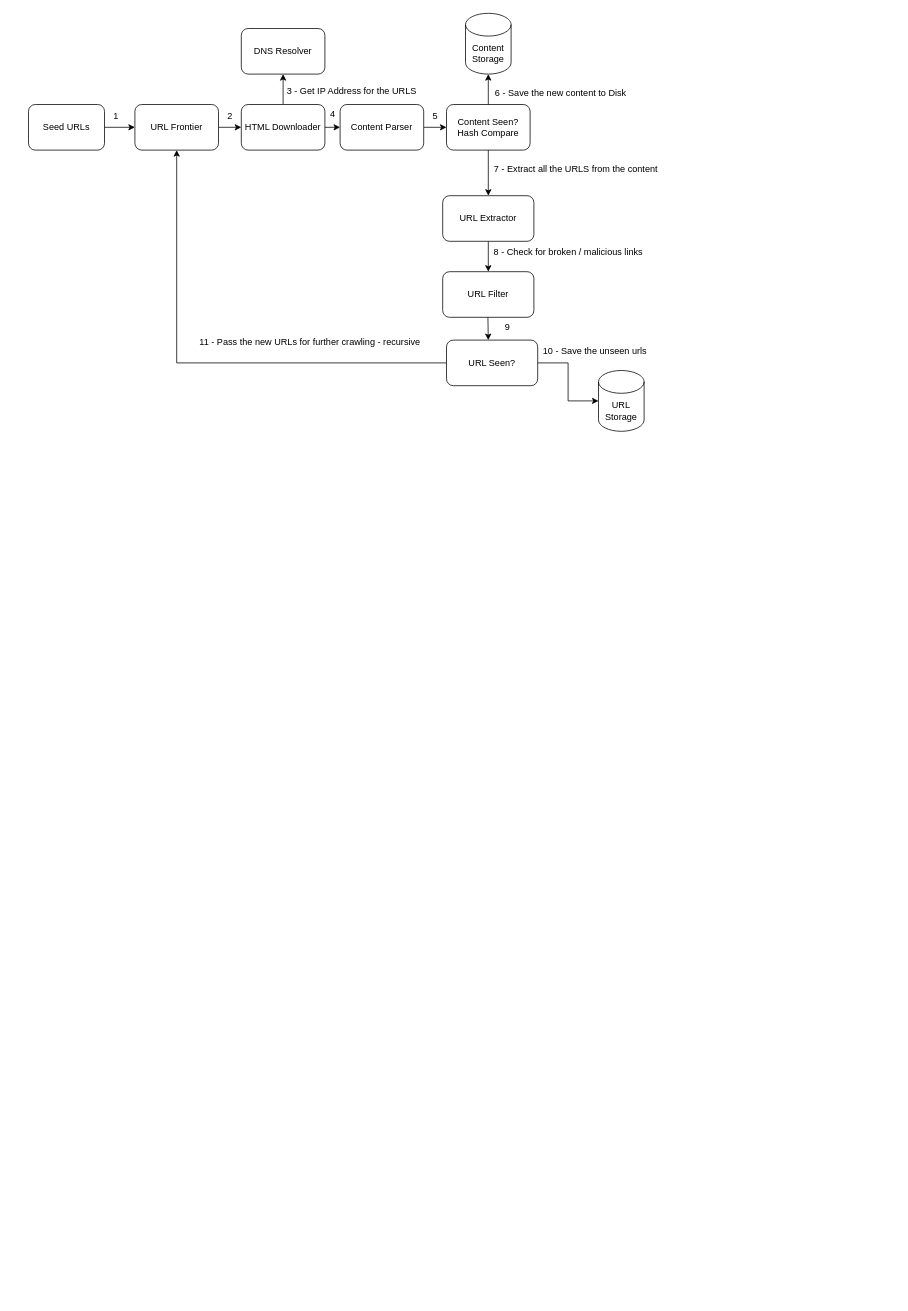
Earlier version of the draw.io diagram Web_Crawler_Detailed.drawio (tarjaneed/system-design). Source tidied: cells renumbered, new cells numbered last; positions are measured from the earlier drawing's top-left corner, leaving out a move shared by most shapes. Both pictures are drawn from the tidied source at 76%, with x=0, y=0 at pixel (28, 13).
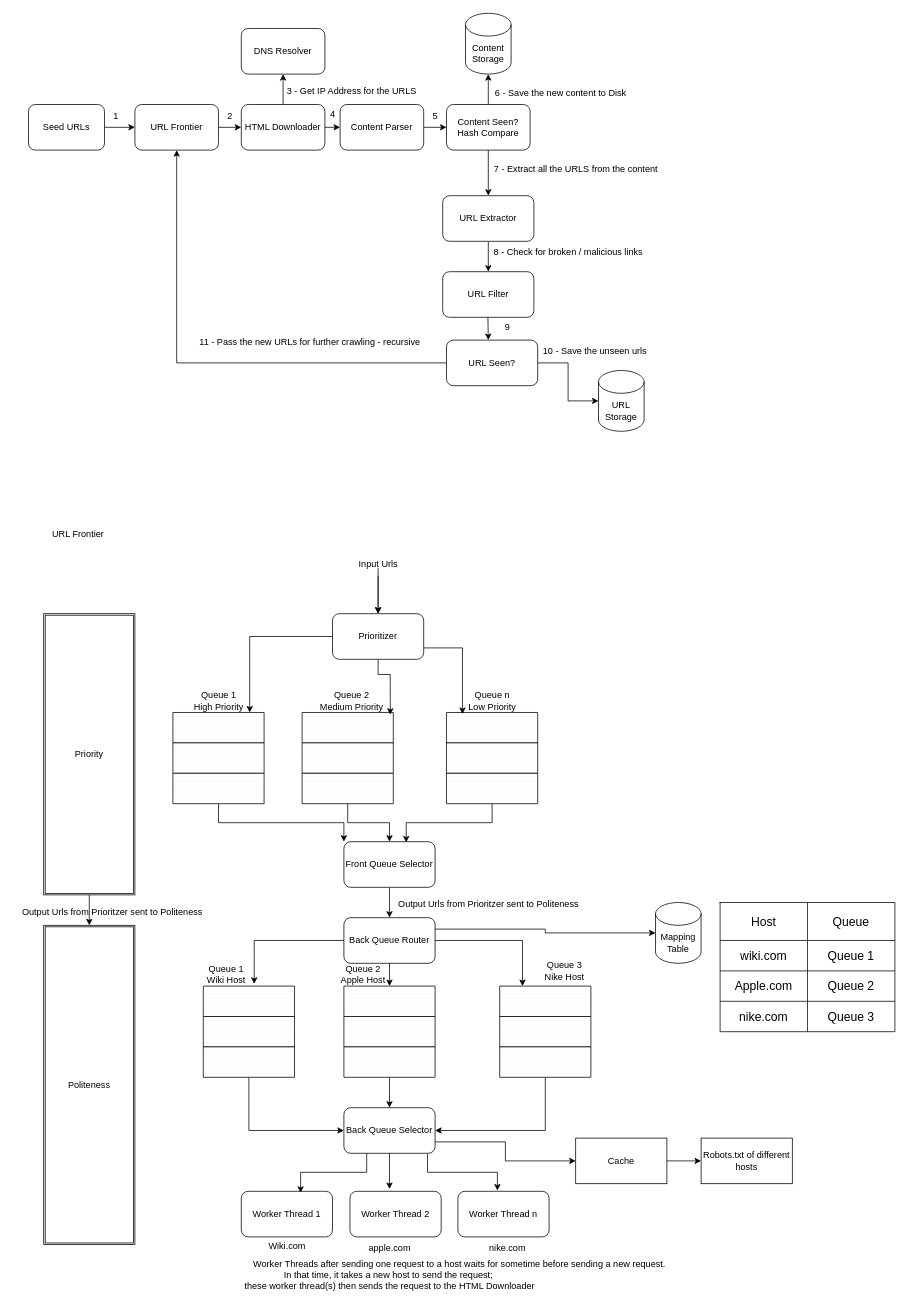
After the change.

Change to the diagram source:
```diff
@@
+    <mxCell id="35" style="edgeStyle=orthogonalEdgeStyle;rounded=0;jettySize=auto;html=1;entryX=0.5;entryY=0;entryDx=0;entryDy=0;" parent="1" edge="1" target="36">
+      <mxGeometry relative="1" as="geometry">
+        <mxPoint x="460" y="730" as="sourcePoint" />
+        <Array as="points">
+          <mxPoint x="460" y="740" />
+          <mxPoint x="460" y="740" />
+        </Array>
+      </mxGeometry>
+    </mxCell>
+    <mxCell id="36" value="Prioritizer" style="rounded=1;whiteSpace=wrap;html=1;" parent="1" vertex="1">
+      <mxGeometry x="400" y="790" width="120" height="60" as="geometry" />
+    </mxCell>
+    <mxCell id="37" style="edgeStyle=orthogonalEdgeStyle;rounded=0;jettySize=auto;html=1;" parent="1" edge="1" source="38" target="36">
+      <mxGeometry relative="1" as="geometry" />
+    </mxCell>
+    <mxCell id="38" value="Input Urls" style="text;html=1;align=center;verticalAlign=middle;points=[];strokeColor=none;fillColor=none;" parent="1" vertex="1">
+      <mxGeometry x="425" y="710" width="70" height="30" as="geometry" />
+    </mxCell>
+    <mxCell id="39" style="verticalLabelPosition=bottom;verticalAlign=top;html=1;shape=mxgraph.basic.patternFillRect;fillStyle=hor;step=5;fillStrokeWidth=0.2;fillStrokeColor=#dddddd;" parent="1" vertex="1">
+      <mxGeometry x="190" y="920" width="120" height="40" as="geometry" />
+    </mxCell>
+    <mxCell id="40" style="verticalLabelPosition=bottom;verticalAlign=top;html=1;shape=mxgraph.basic.patternFillRect;fillStyle=hor;step=5;fillStrokeWidth=0.2;fillStrokeColor=#dddddd;" parent="1" vertex="1">
+      <mxGeometry x="190" y="960" width="120" height="40" as="geometry" />
+    </mxCell>
+    <mxCell id="41" style="edgeStyle=orthogonalEdgeStyle;rounded=0;jettySize=auto;html=1;exitX=0.5;exitY=1;exitDx=0;exitDy=0;exitPerimeter=0;entryX=0;entryY=0;entryDx=0;entryDy=0;" parent="1" edge="1" source="42" target="57">
+      <mxGeometry relative="1" as="geometry" />
+    </mxCell>
+    <mxCell id="42" style="verticalLabelPosition=bottom;verticalAlign=top;html=1;shape=mxgraph.basic.patternFillRect;fillStyle=hor;step=5;fillStrokeWidth=0.2;fillStrokeColor=#dddddd;" parent="1" vertex="1">
+      <mxGeometry x="190" y="1000" width="120" height="40" as="geometry" />
+    </mxCell>
+    <mxCell id="43" value="Queue 1&lt;div&gt;High Priority&lt;/div&gt;" style="text;html=1;align=center;verticalAlign=middle;strokeColor=none;fillColor=none;" parent="1" vertex="1">
+      <mxGeometry x="205" y="885" width="90" height="40" as="geometry" />
+    </mxCell>
+    <mxCell id="44" style="verticalLabelPosition=bottom;verticalAlign=top;html=1;shape=mxgraph.basic.patternFillRect;fillStyle=hor;step=5;fillStrokeWidth=0.2;fillStrokeColor=#dddddd;" parent="1" vertex="1">
+      <mxGeometry x="360" y="920" width="120" height="40" as="geometry" />
+    </mxCell>
+    <mxCell id="45" style="verticalLabelPosition=bottom;verticalAlign=top;html=1;shape=mxgraph.basic.patternFillRect;fillStyle=hor;step=5;fillStrokeWidth=0.2;fillStrokeColor=#dddddd;" parent="1" vertex="1">
+      <mxGeometry x="360" y="960" width="120" height="40" as="geometry" />
+    </mxCell>
+    <mxCell id="46" style="edgeStyle=orthogonalEdgeStyle;rounded=0;jettySize=auto;html=1;exitX=0.5;exitY=1;exitDx=0;exitDy=0;exitPerimeter=0;entryX=0.5;entryY=0;entryDx=0;entryDy=0;" parent="1" edge="1" source="47" target="57">
+      <mxGeometry relative="1" as="geometry" />
+    </mxCell>
+    <mxCell id="47" style="verticalLabelPosition=bottom;verticalAlign=top;html=1;shape=mxgraph.basic.patternFillRect;fillStyle=hor;step=5;fillStrokeWidth=0.2;fillStrokeColor=#dddddd;" parent="1" vertex="1">
+      <mxGeometry x="360" y="1000" width="120" height="40" as="geometry" />
+    </mxCell>
+    <mxCell id="48" value="Queue 2&lt;div&gt;Medium Priority&lt;/div&gt;" style="text;html=1;align=center;verticalAlign=middle;points=[];strokeColor=none;fillColor=none;" parent="1" vertex="1">
+      <mxGeometry x="370" y="885" width="110" height="40" as="geometry" />
+    </mxCell>
+    <mxCell id="49" style="verticalLabelPosition=bottom;verticalAlign=top;html=1;shape=mxgraph.basic.patternFillRect;fillStyle=hor;step=5;fillStrokeWidth=0.2;fillStrokeColor=#dddddd;" parent="1" vertex="1">
+      <mxGeometry x="550" y="920" width="120" height="40" as="geometry" />
+    </mxCell>
+    <mxCell id="50" style="verticalLabelPosition=bottom;verticalAlign=top;html=1;shape=mxgraph.basic.patternFillRect;fillStyle=hor;step=5;fillStrokeWidth=0.2;fillStrokeColor=#dddddd;" parent="1" vertex="1">
+      <mxGeometry x="550" y="960" width="120" height="40" as="geometry" />
+    </mxCell>
+    <mxCell id="51" style="verticalLabelPosition=bottom;verticalAlign=top;html=1;shape=mxgraph.basic.patternFillRect;fillStyle=hor;step=5;fillStrokeWidth=0.2;fillStrokeColor=#dddddd;" parent="1" vertex="1">
+      <mxGeometry x="550" y="1000" width="120" height="40" as="geometry" />
+    </mxCell>
+    <mxCell id="52" value="Queue n&lt;div&gt;Low Priority&lt;/div&gt;" style="text;html=1;align=center;verticalAlign=middle;strokeColor=none;fillColor=none;" parent="1" vertex="1">
+      <mxGeometry x="565" y="885" width="90" height="40" as="geometry" />
+    </mxCell>
+    <mxCell id="53" style="edgeStyle=orthogonalEdgeStyle;rounded=0;jettySize=auto;html=1;entryX=0.842;entryY=0;entryDx=0;entryDy=0;entryPerimeter=0;" parent="1" edge="1" source="36" target="39">
+      <mxGeometry relative="1" as="geometry" />
+    </mxCell>
+    <mxCell id="54" style="edgeStyle=orthogonalEdgeStyle;rounded=0;jettySize=auto;html=1;exitX=1;exitY=0.75;exitDx=0;exitDy=0;entryX=0.175;entryY=0.05;entryDx=0;entryDy=0;entryPerimeter=0;" parent="1" edge="1" source="36" target="49">
+      <mxGeometry relative="1" as="geometry" />
+    </mxCell>
+    <mxCell id="55" style="edgeStyle=orthogonalEdgeStyle;rounded=0;jettySize=auto;html=1;exitX=0.5;exitY=1;exitDx=0;exitDy=0;entryX=0.964;entryY=0.95;entryDx=0;entryDy=0;entryPerimeter=0;" parent="1" edge="1" source="36" target="48">
+      <mxGeometry relative="1" as="geometry" />
+    </mxCell>
+    <mxCell id="56" style="edgeStyle=orthogonalEdgeStyle;rounded=0;jettySize=auto;html=1;exitX=0.5;exitY=1;exitDx=0;exitDy=0;entryX=0.5;entryY=0;entryDx=0;entryDy=0;" parent="1" edge="1" source="57" target="59">
+      <mxGeometry relative="1" as="geometry" />
+    </mxCell>
+    <mxCell id="57" value="Front Queue Selector" style="rounded=1;whiteSpace=wrap;html=1;" parent="1" vertex="1">
+      <mxGeometry x="415" y="1090" width="120" height="60" as="geometry" />
+    </mxCell>
+    <mxCell id="58" style="edgeStyle=orthogonalEdgeStyle;rounded=0;jettySize=auto;html=1;exitX=0.5;exitY=1;exitDx=0;exitDy=0;exitPerimeter=0;entryX=0.683;entryY=0.017;entryDx=0;entryDy=0;entryPerimeter=0;" parent="1" edge="1" source="51" target="57">
+      <mxGeometry relative="1" as="geometry" />
+    </mxCell>
+    <mxCell id="59" value="Back Queue Router" style="rounded=1;whiteSpace=wrap;html=1;" parent="1" vertex="1">
+      <mxGeometry x="415" y="1190" width="120" height="60" as="geometry" />
+    </mxCell>
+    <mxCell id="60" value="Output Urls from Prioritzer sent to Politeness" style="text;html=1;align=center;verticalAlign=middle;strokeColor=none;fillColor=none;" parent="1" vertex="1">
+      <mxGeometry x="475" y="1158" width="260" height="30" as="geometry" />
+    </mxCell>
+    <mxCell id="61" style="verticalLabelPosition=bottom;verticalAlign=top;html=1;shape=mxgraph.basic.patternFillRect;fillStyle=hor;step=5;fillStrokeWidth=0.2;fillStrokeColor=#dddddd;" parent="1" vertex="1">
+      <mxGeometry x="230" y="1280" width="120" height="40" as="geometry" />
+    </mxCell>
+    <mxCell id="62" style="verticalLabelPosition=bottom;verticalAlign=top;html=1;shape=mxgraph.basic.patternFillRect;fillStyle=hor;step=5;fillStrokeWidth=0.2;fillStrokeColor=#dddddd;" parent="1" vertex="1">
+      <mxGeometry x="230" y="1320" width="120" height="40" as="geometry" />
+    </mxCell>
+    <mxCell id="63" style="edgeStyle=orthogonalEdgeStyle;rounded=0;jettySize=auto;html=1;exitX=0.5;exitY=1;exitDx=0;exitDy=0;exitPerimeter=0;entryX=0;entryY=0.5;entryDx=0;entryDy=0;" parent="1" edge="1" source="64" target="80">
+      <mxGeometry relative="1" as="geometry" />
+    </mxCell>
+    <mxCell id="64" style="verticalLabelPosition=bottom;verticalAlign=top;html=1;shape=mxgraph.basic.patternFillRect;fillStyle=hor;step=5;fillStrokeWidth=0.2;fillStrokeColor=#dddddd;" parent="1" vertex="1">
+      <mxGeometry x="230" y="1360" width="120" height="40" as="geometry" />
+    </mxCell>
+    <mxCell id="65" style="verticalLabelPosition=bottom;verticalAlign=top;html=1;shape=mxgraph.basic.patternFillRect;fillStyle=hor;step=5;fillStrokeWidth=0.2;fillStrokeColor=#dddddd;" parent="1" vertex="1">
+      <mxGeometry x="415" y="1280" width="120" height="40" as="geometry" />
+    </mxCell>
+    <mxCell id="66" style="verticalLabelPosition=bottom;verticalAlign=top;html=1;shape=mxgraph.basic.patternFillRect;fillStyle=hor;step=5;fillStrokeWidth=0.2;fillStrokeColor=#dddddd;" parent="1" vertex="1">
+      <mxGeometry x="415" y="1320" width="120" height="40" as="geometry" />
+    </mxCell>
+    <mxCell id="67" style="edgeStyle=orthogonalEdgeStyle;rounded=0;jettySize=auto;html=1;exitX=0.5;exitY=1;exitDx=0;exitDy=0;exitPerimeter=0;entryX=0.5;entryY=0;entryDx=0;entryDy=0;" parent="1" edge="1" source="68" target="80">
+      <mxGeometry relative="1" as="geometry" />
+    </mxCell>
+    <mxCell id="68" style="verticalLabelPosition=bottom;verticalAlign=top;html=1;shape=mxgraph.basic.patternFillRect;fillStyle=hor;step=5;fillStrokeWidth=0.2;fillStrokeColor=#dddddd;" parent="1" vertex="1">
+      <mxGeometry x="415" y="1360" width="120" height="40" as="geometry" />
+    </mxCell>
+    <mxCell id="69" style="verticalLabelPosition=bottom;verticalAlign=top;html=1;shape=mxgraph.basic.patternFillRect;fillStyle=hor;step=5;fillStrokeWidth=0.2;fillStrokeColor=#dddddd;" parent="1" vertex="1">
+      <mxGeometry x="620" y="1280" width="120" height="40" as="geometry" />
+    </mxCell>
+    <mxCell id="70" style="verticalLabelPosition=bottom;verticalAlign=top;html=1;shape=mxgraph.basic.patternFillRect;fillStyle=hor;step=5;fillStrokeWidth=0.2;fillStrokeColor=#dddddd;" parent="1" vertex="1">
+      <mxGeometry x="620" y="1320" width="120" height="40" as="geometry" />
+    </mxCell>
+    <mxCell id="71" style="edgeStyle=orthogonalEdgeStyle;rounded=0;jettySize=auto;html=1;exitX=0.5;exitY=1;exitDx=0;exitDy=0;exitPerimeter=0;entryX=1;entryY=0.5;entryDx=0;entryDy=0;" parent="1" edge="1" source="72" target="80">
+      <mxGeometry relative="1" as="geometry" />
+    </mxCell>
+    <mxCell id="72" style="verticalLabelPosition=bottom;verticalAlign=top;html=1;shape=mxgraph.basic.patternFillRect;fillStyle=hor;step=5;fillStrokeWidth=0.2;fillStrokeColor=#dddddd;" parent="1" vertex="1">
+      <mxGeometry x="620" y="1360" width="120" height="40" as="geometry" />
+    </mxCell>
+    <mxCell id="73" style="edgeStyle=orthogonalEdgeStyle;rounded=0;jettySize=auto;html=1;exitX=0.5;exitY=1;exitDx=0;exitDy=0;entryX=0.5;entryY=0;entryDx=0;entryDy=0;entryPerimeter=0;" parent="1" edge="1" source="59" target="65">
+      <mxGeometry relative="1" as="geometry" />
+    </mxCell>
+    <mxCell id="74" style="edgeStyle=orthogonalEdgeStyle;rounded=0;jettySize=auto;html=1;exitX=1;exitY=0.5;exitDx=0;exitDy=0;entryX=0.25;entryY=0;entryDx=0;entryDy=0;entryPerimeter=0;" parent="1" edge="1" source="59" target="69">
+      <mxGeometry relative="1" as="geometry" />
+    </mxCell>
+    <mxCell id="75" style="edgeStyle=orthogonalEdgeStyle;rounded=0;jettySize=auto;html=1;exitX=0;exitY=0.5;exitDx=0;exitDy=0;entryX=0.558;entryY=-0.075;entryDx=0;entryDy=0;entryPerimeter=0;" parent="1" edge="1" source="59" target="61">
+      <mxGeometry relative="1" as="geometry" />
+    </mxCell>
+    <mxCell id="76" value="Queue 1&lt;div&gt;Wiki Host&lt;/div&gt;" style="text;html=1;align=center;verticalAlign=middle;strokeColor=none;fillColor=none;" parent="1" vertex="1">
+      <mxGeometry x="225" y="1245" width="70" height="40" as="geometry" />
+    </mxCell>
+    <mxCell id="77" value="Queue 2&lt;div&gt;Apple Host&lt;/div&gt;" style="text;html=1;align=center;verticalAlign=middle;strokeColor=none;fillColor=none;" parent="1" vertex="1">
+      <mxGeometry x="400" y="1245" width="80" height="40" as="geometry" />
+    </mxCell>
+    <mxCell id="78" value="Queue 3&lt;div&gt;Nike Host&lt;/div&gt;" style="text;html=1;align=center;verticalAlign=middle;strokeColor=none;fillColor=none;" parent="1" vertex="1">
+      <mxGeometry x="665" y="1240" width="80" height="40" as="geometry" />
+    </mxCell>
+    <mxCell id="79" style="edgeStyle=orthogonalEdgeStyle;rounded=0;jettySize=auto;html=1;exitX=1;exitY=0.75;exitDx=0;exitDy=0;entryX=0;entryY=0.5;entryDx=0;entryDy=0;" parent="1" edge="1" source="80" target="112">
+      <mxGeometry relative="1" as="geometry" />
+    </mxCell>
+    <mxCell id="80" value="Back Queue Selector" style="rounded=1;whiteSpace=wrap;html=1;" parent="1" vertex="1">
+      <mxGeometry x="415" y="1440" width="120" height="60" as="geometry" />
+    </mxCell>
+    <mxCell id="81" value="Mapping Table" style="shape=cylinder3;whiteSpace=wrap;html=1;boundedLbl=1;backgroundOutline=1;size=15;" parent="1" vertex="1">
+      <mxGeometry x="825" y="1170" width="60" height="80" as="geometry" />
+    </mxCell>
+    <mxCell id="82" style="edgeStyle=orthogonalEdgeStyle;rounded=0;jettySize=auto;html=1;exitX=1;exitY=0.25;exitDx=0;exitDy=0;entryX=0;entryY=0.5;entryDx=0;entryDy=0;entryPerimeter=0;" parent="1" edge="1" source="59" target="81">
+      <mxGeometry relative="1" as="geometry" />
+    </mxCell>
+    <mxCell id="83" style="shape=table;startSize=0;childLayout=tableLayout;fontSize=16;rowLines=1;columnLines=1;" parent="1" vertex="1">
+      <mxGeometry x="910" y="1170" width="230" height="170" as="geometry" />
+    </mxCell>
+    <mxCell id="84" style="shape=tableRow;horizontal=0;startSize=0;swimlaneHead=0;swimlaneBody=0;strokeColor=inherit;top=0;left=0;bottom=0;right=0;fillColor=none;fontSize=16;" parent="83" vertex="1">
+      <mxGeometry width="230" height="50" as="geometry" />
+    </mxCell>
+    <mxCell id="85" value="Host" style="shape=partialRectangle;html=1;whiteSpace=wrap;strokeColor=inherit;overflow=hidden;fillColor=none;top=0;left=0;bottom=0;right=0;fontSize=16;shadow=0;" parent="84" vertex="1">
+      <mxGeometry width="115" height="50" as="geometry" />
+    </mxCell>
+    <mxCell id="86" value="Queue" style="shape=partialRectangle;html=1;whiteSpace=wrap;strokeColor=inherit;overflow=hidden;fillColor=none;top=0;left=0;bottom=0;right=0;fontSize=16;shadow=0;" parent="84" vertex="1">
+      <mxGeometry x="115" width="115" height="50" as="geometry" />
+    </mxCell>
+    <mxCell id="87" style="shape=tableRow;horizontal=0;startSize=0;swimlaneHead=0;swimlaneBody=0;strokeColor=inherit;top=0;left=0;bottom=0;right=0;fillColor=none;fontSize=16;" parent="83" vertex="1">
+      <mxGeometry y="50" width="230" height="40" as="geometry" />
+    </mxCell>
+    <mxCell id="88" value="wiki.com" style="shape=partialRectangle;html=1;whiteSpace=wrap;strokeColor=inherit;overflow=hidden;fillColor=none;top=0;left=0;bottom=0;right=0;fontSize=16;shadow=0;" parent="87" vertex="1">
+      <mxGeometry width="115" height="40" as="geometry" />
+    </mxCell>
+    <mxCell id="89" value="Queue 1" style="shape=partialRectangle;html=1;whiteSpace=wrap;strokeColor=inherit;overflow=hidden;fillColor=none;top=0;left=0;bottom=0;right=0;fontSize=16;shadow=0;" parent="87" vertex="1">
+      <mxGeometry x="115" width="115" height="40" as="geometry" />
+    </mxCell>
+    <mxCell id="90" style="shape=tableRow;horizontal=0;startSize=0;swimlaneHead=0;swimlaneBody=0;strokeColor=inherit;top=0;left=0;bottom=0;right=0;fillColor=none;fontSize=16;" parent="83" vertex="1">
+      <mxGeometry y="90" width="230" height="40" as="geometry" />
+    </mxCell>
+    <mxCell id="91" value="Apple.com" style="shape=partialRectangle;html=1;whiteSpace=wrap;strokeColor=inherit;overflow=hidden;fillColor=none;top=0;left=0;bottom=0;right=0;fontSize=16;shadow=0;" parent="90" vertex="1">
+      <mxGeometry width="115" height="40" as="geometry" />
+    </mxCell>
+    <mxCell id="92" value="Queue 2" style="shape=partialRectangle;html=1;whiteSpace=wrap;strokeColor=inherit;overflow=hidden;fillColor=none;top=0;left=0;bottom=0;right=0;fontSize=16;shadow=0;" parent="90" vertex="1">
+      <mxGeometry x="115" width="115" height="40" as="geometry" />
+    </mxCell>
+    <mxCell id="93" style="shape=tableRow;horizontal=0;startSize=0;swimlaneHead=0;swimlaneBody=0;strokeColor=inherit;top=0;left=0;bottom=0;right=0;fillColor=none;fontSize=16;" parent="83" vertex="1">
+      <mxGeometry y="130" width="230" height="40" as="geometry" />
+    </mxCell>
+    <mxCell id="94" value="nike.com" style="shape=partialRectangle;html=1;whiteSpace=wrap;strokeColor=inherit;overflow=hidden;fillColor=none;top=0;left=0;bottom=0;right=0;fontSize=16;shadow=0;" parent="93" vertex="1">
+      <mxGeometry width="115" height="40" as="geometry" />
+    </mxCell>
+    <mxCell id="95" value="Queue 3" style="shape=partialRectangle;html=1;whiteSpace=wrap;strokeColor=inherit;overflow=hidden;fillColor=none;top=0;left=0;bottom=0;right=0;fontSize=16;shadow=0;" parent="93" vertex="1">
+      <mxGeometry x="115" width="115" height="40" as="geometry" />
+    </mxCell>
+    <mxCell id="96" style="edgeStyle=orthogonalEdgeStyle;rounded=0;jettySize=auto;html=1;exitX=0.5;exitY=1;exitDx=0;exitDy=0;entryX=0.5;entryY=0;entryDx=0;entryDy=0;" parent="1" edge="1" source="97" target="98">
+      <mxGeometry relative="1" as="geometry" />
+    </mxCell>
+    <mxCell id="97" value="Priority" style="shape=ext;double=1;rounded=0;whiteSpace=wrap;html=1;" parent="1" vertex="1">
+      <mxGeometry x="20" y="790" width="120" height="370" as="geometry" />
+    </mxCell>
+    <mxCell id="98" value="Politeness" style="shape=ext;double=1;rounded=0;whiteSpace=wrap;html=1;" parent="1" vertex="1">
+      <mxGeometry x="20" y="1200" width="120" height="420" as="geometry" />
+    </mxCell>
+    <mxCell id="99" value="Output Urls from Prioritzer sent to Politeness" style="text;html=1;align=center;verticalAlign=middle;strokeColor=none;fillColor=none;" parent="1" vertex="1">
+      <mxGeometry x="-20" y="1168" width="260" height="30" as="geometry" />
+    </mxCell>
+    <mxCell id="100" value="URL Frontier" style="text;html=1;align=center;verticalAlign=middle;strokeColor=none;fillColor=none;" parent="1" vertex="1">
+      <mxGeometry x="20" y="670" width="90" height="30" as="geometry" />
+    </mxCell>
+    <mxCell id="101" value="Worker Thread 1" style="rounded=1;whiteSpace=wrap;html=1;" parent="1" vertex="1">
+      <mxGeometry x="280" y="1550" width="120" height="60" as="geometry" />
+    </mxCell>
+    <mxCell id="102" value="Worker Thread 2" style="rounded=1;whiteSpace=wrap;html=1;" parent="1" vertex="1">
+      <mxGeometry x="423" y="1550" width="120" height="60" as="geometry" />
+    </mxCell>
+    <mxCell id="103" value="Worker Thread n" style="rounded=1;whiteSpace=wrap;html=1;" parent="1" vertex="1">
+      <mxGeometry x="565" y="1550" width="120" height="60" as="geometry" />
+    </mxCell>
+    <mxCell id="104" style="edgeStyle=orthogonalEdgeStyle;rounded=0;jettySize=auto;html=1;exitX=0.5;exitY=1;exitDx=0;exitDy=0;entryX=0.433;entryY=-0.05;entryDx=0;entryDy=0;entryPerimeter=0;" parent="1" edge="1" source="80" target="102">
+      <mxGeometry relative="1" as="geometry" />
+    </mxCell>
+    <mxCell id="105" style="edgeStyle=orthogonalEdgeStyle;rounded=0;jettySize=auto;html=1;exitX=0.25;exitY=1;exitDx=0;exitDy=0;entryX=0.65;entryY=0.033;entryDx=0;entryDy=0;entryPerimeter=0;" parent="1" edge="1" source="80" target="101">
+      <mxGeometry relative="1" as="geometry" />
+    </mxCell>
+    <mxCell id="106" style="edgeStyle=orthogonalEdgeStyle;rounded=0;jettySize=auto;html=1;exitX=0.917;exitY=1.017;exitDx=0;exitDy=0;entryX=0.433;entryY=-0.017;entryDx=0;entryDy=0;entryPerimeter=0;exitPerimeter=0;" parent="1" edge="1" source="80" target="103">
+      <mxGeometry relative="1" as="geometry" />
+    </mxCell>
+    <mxCell id="107" value="Wiki.com" style="text;html=1;align=center;verticalAlign=middle;strokeColor=none;fillColor=none;" parent="1" vertex="1">
+      <mxGeometry x="305" y="1608" width="70" height="30" as="geometry" />
+    </mxCell>
+    <mxCell id="108" value="apple.com" style="text;html=1;align=center;verticalAlign=middle;strokeColor=none;fillColor=none;" parent="1" vertex="1">
+      <mxGeometry x="435" y="1610" width="80" height="30" as="geometry" />
+    </mxCell>
+    <mxCell id="109" value="nike.com" style="text;html=1;align=center;verticalAlign=middle;strokeColor=none;fillColor=none;" parent="1" vertex="1">
+      <mxGeometry x="595" y="1610" width="70" height="30" as="geometry" />
+    </mxCell>
+    <mxCell id="110" value="&lt;span style=&quot;white-space: pre;&quot;&gt;&#9;&lt;/span&gt;&lt;span style=&quot;white-space: pre;&quot;&gt;&#9;&lt;/span&gt;&lt;span style=&quot;white-space: pre;&quot;&gt;&#9;&lt;/span&gt;&lt;span style=&quot;white-space: pre;&quot;&gt;&#9;&lt;/span&gt;&lt;span style=&quot;white-space: pre;&quot;&gt;&#9;&lt;/span&gt;&lt;span style=&quot;white-space: pre;&quot;&gt;&#9;&lt;/span&gt;&lt;span style=&quot;white-space: pre;&quot;&gt;&#9;&lt;/span&gt;Worker Threads after sending one request to a host waits for sometime before sending a new request.&amp;nbsp;&lt;div&gt;In that time, it takes a new host to send the request;&amp;nbsp;&lt;/div&gt;&lt;div&gt;these worker thread(s) then sends the request to the HTML Downloader&lt;/div&gt;" style="text;html=1;align=center;verticalAlign=middle;strokeColor=none;fillColor=none;" parent="1" vertex="1">
+      <mxGeometry x="95" y="1630" width="760" height="60" as="geometry" />
+    </mxCell>
+    <mxCell id="111" style="edgeStyle=orthogonalEdgeStyle;rounded=0;jettySize=auto;html=1;exitX=1;exitY=0.5;exitDx=0;exitDy=0;entryX=0;entryY=0.5;entryDx=0;entryDy=0;" parent="1" edge="1" source="112" target="113">
+      <mxGeometry relative="1" as="geometry" />
+    </mxCell>
+    <mxCell id="112" value="Cache" style="rounded=0;whiteSpace=wrap;html=1;" parent="1" vertex="1">
+      <mxGeometry x="720" y="1480" width="120" height="60" as="geometry" />
+    </mxCell>
+    <mxCell id="113" value="Robots.txt of different hosts" style="rounded=0;whiteSpace=wrap;html=1;" parent="1" vertex="1">
+      <mxGeometry x="885" y="1480" width="120" height="60" as="geometry" />
+    </mxCell>
```
